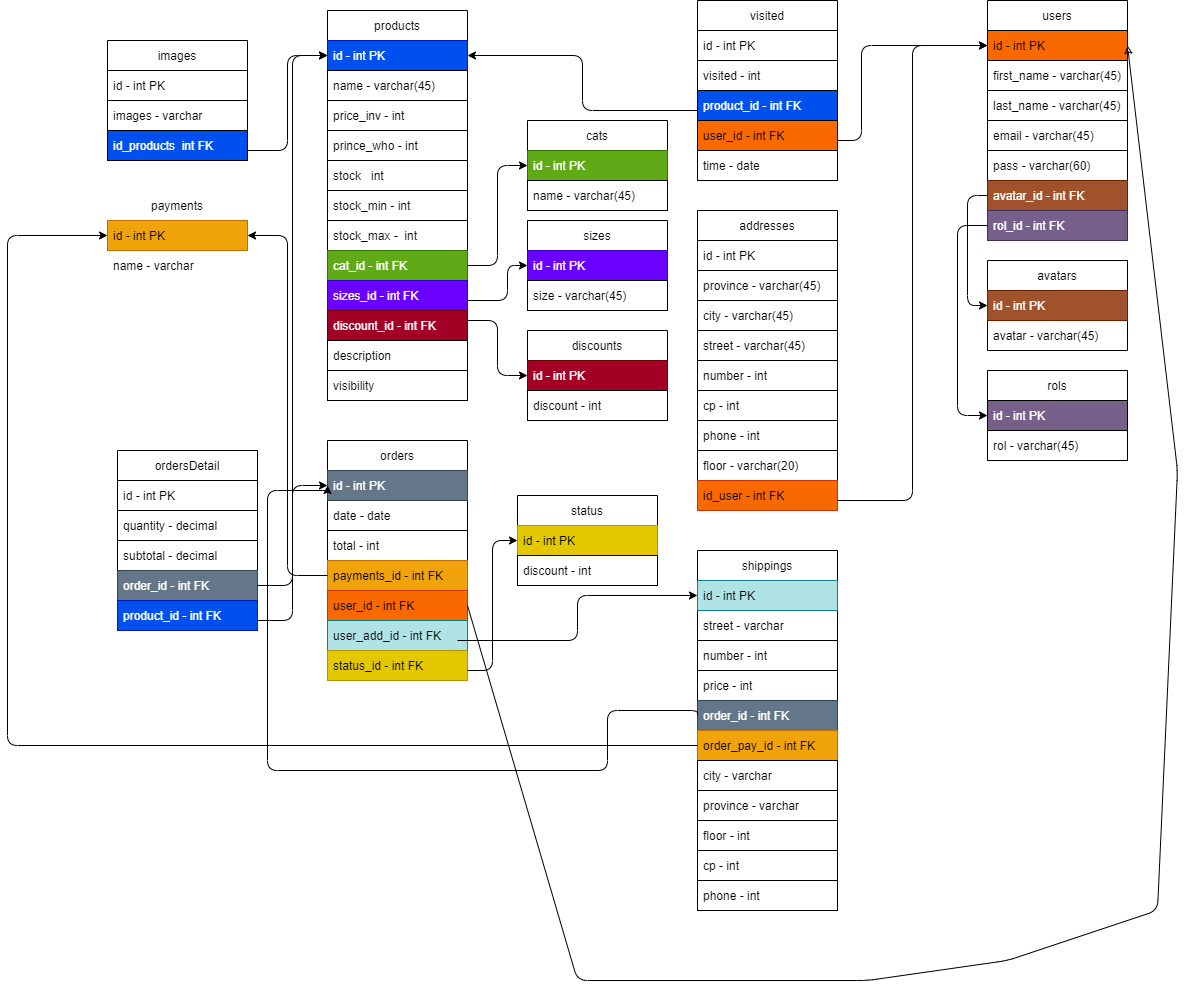
Before: entregables/db.drawio.png, a diagram exported from draw.io (eunice2001/Grupo6_Sprint6). Source tidied: cells renumbered, new cells last; positions are measured from the earlier drawing's top-left corner, leaving out a move shared by most shapes.
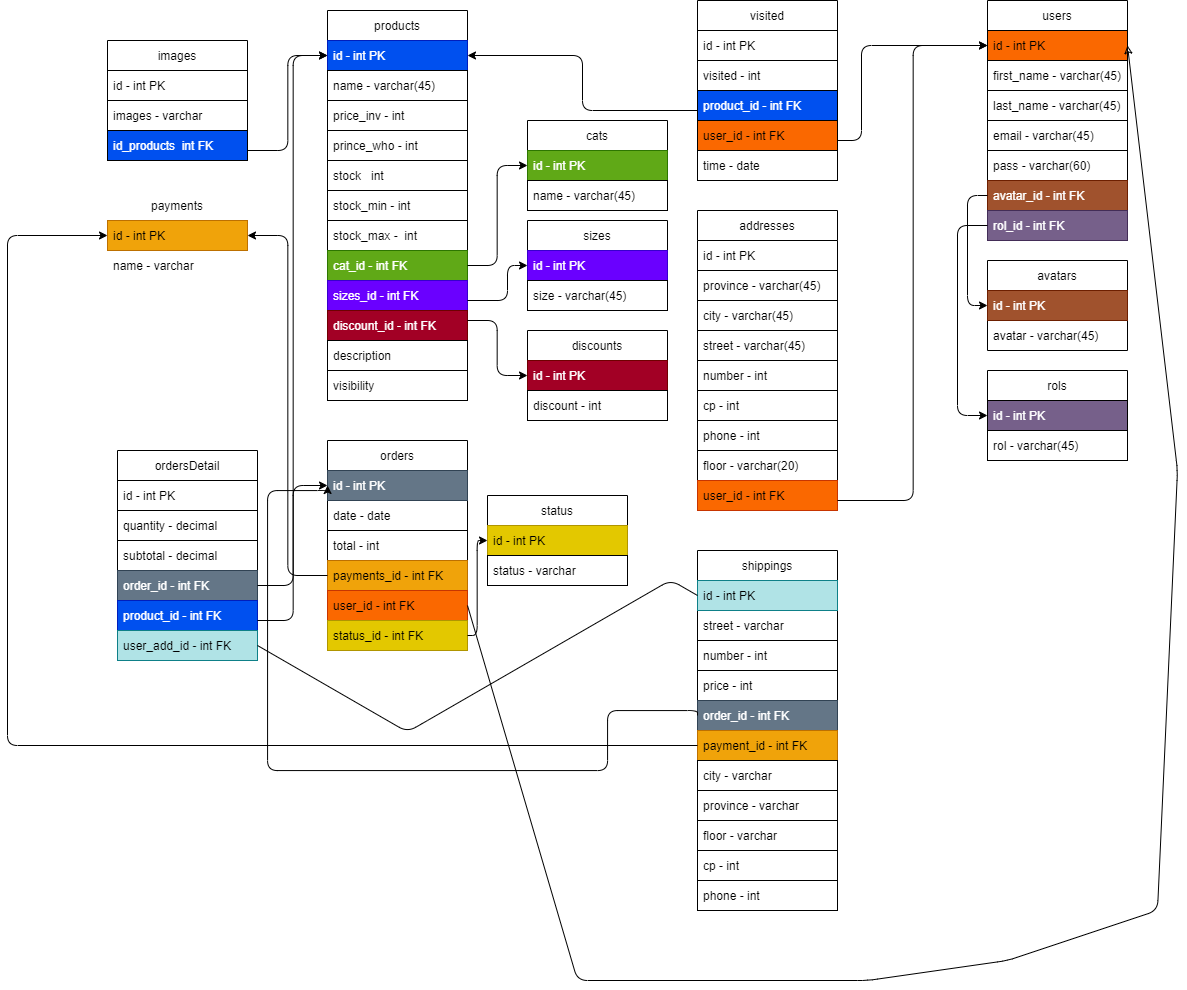
Above is the later version.

The edit, as a diff of the source:
```diff
@@ -183,7 +183,7 @@
     <mxCell id="56" value="floor - varchar(20)" style="text;strokeColor=none;fillColor=none;align=left;verticalAlign=middle;spacingLeft=4;spacingRight=4;overflow=hidden;" parent="48" vertex="1">
       <mxGeometry y="240" width="140" height="30" as="geometry" />
     </mxCell>
-    <mxCell id="57" value="id_user - int FK" style="text;strokeColor=#C73500;fillColor=#fa6800;align=left;verticalAlign=middle;spacingLeft=4;spacingRight=4;overflow=hidden;fontColor=#000000;" parent="48" vertex="1">
+    <mxCell id="57" value="user_id - int FK" style="text;strokeColor=#C73500;fillColor=#fa6800;align=left;verticalAlign=middle;spacingLeft=4;spacingRight=4;overflow=hidden;fontColor=#000000;" parent="48" vertex="1">
       <mxGeometry y="270" width="140" height="30" as="geometry" />
     </mxCell>
     <mxCell id="58" style="edgeStyle=elbowEdgeStyle;elbow=horizontal;endArrow=classic;html=1;" parent="1" edge="1" target="40">
@@ -224,7 +224,7 @@
       </mxGeometry>
     </mxCell>
     <mxCell id="67" value="orders" style="swimlane;fontStyle=0;horizontal=1;startSize=30;strokeColor=default;" parent="1" vertex="1">
-      <mxGeometry x="320" y="440" width="140" height="240" as="geometry" />
+      <mxGeometry x="320" y="440" width="140" height="210" as="geometry" />
     </mxCell>
     <mxCell id="68" value="id - int PK" style="text;strokeColor=#314354;fillColor=#647687;align=left;verticalAlign=middle;spacingLeft=4;spacingRight=4;overflow=hidden;points=[[0,0.5],[1,0.5]];portConstraint=eastwest;fontColor=#ffffff;" parent="67" vertex="1">
       <mxGeometry y="30" width="140" height="30" as="geometry" />
@@ -241,14 +241,11 @@
     <mxCell id="72" value="user_id - int FK" style="text;strokeColor=#C73500;fillColor=#fa6800;align=left;verticalAlign=middle;spacingLeft=4;spacingRight=4;overflow=hidden;points=[[0,0.5],[1,0.5]];portConstraint=eastwest;fontColor=#000000;" parent="67" vertex="1">
       <mxGeometry y="150" width="140" height="30" as="geometry" />
     </mxCell>
-    <mxCell id="73" value="user_add_id - int FK" style="text;strokeColor=#0e8088;fillColor=#b0e3e6;align=left;verticalAlign=middle;spacingLeft=4;spacingRight=4;overflow=hidden;points=[[0,0.5],[1,0.5]];portConstraint=eastwest;fontColor=#000000;" parent="67" vertex="1">
-      <mxGeometry y="180" width="140" height="30" as="geometry" />
-    </mxCell>
     <mxCell id="74" value="status_id - int FK" style="text;strokeColor=#B09500;fillColor=#e3c800;align=left;verticalAlign=middle;spacingLeft=4;spacingRight=4;overflow=hidden;points=[[0,0.5],[1,0.5]];portConstraint=eastwest;fontColor=#000000;" parent="67" vertex="1">
-      <mxGeometry y="210" width="140" height="30" as="geometry" />
+      <mxGeometry y="180" width="140" height="30" as="geometry" />
     </mxCell>
     <mxCell id="75" value="ordersDetail" style="swimlane;fontStyle=0;horizontal=1;startSize=30;strokeColor=default;" parent="1" vertex="1">
-      <mxGeometry x="110" y="450" width="140" height="180" as="geometry" />
+      <mxGeometry x="110" y="450" width="140" height="210" as="geometry" />
     </mxCell>
     <mxCell id="76" value="id - int PK" style="text;strokeColor=default;fillColor=none;align=left;verticalAlign=middle;spacingLeft=4;spacingRight=4;overflow=hidden;" parent="75" vertex="1">
       <mxGeometry y="30" width="140" height="30" as="geometry" />
@@ -265,6 +262,9 @@
     <mxCell id="80" value="product_id - int FK" style="text;strokeColor=#001DBC;fillColor=#0050ef;align=left;verticalAlign=middle;spacingLeft=4;spacingRight=4;overflow=hidden;fontColor=#ffffff;" parent="75" vertex="1">
       <mxGeometry y="150" width="140" height="30" as="geometry" />
     </mxCell>
+    <mxCell id="73" value="user_add_id - int FK" style="text;strokeColor=#0e8088;fillColor=#b0e3e6;align=left;verticalAlign=middle;spacingLeft=4;spacingRight=4;overflow=hidden;points=[[0,0.5],[1,0.5]];portConstraint=eastwest;fontColor=#000000;" parent="75" vertex="1">
+      <mxGeometry y="180" width="140" height="30" as="geometry" />
+    </mxCell>
     <mxCell id="81" style="edgeStyle=elbowEdgeStyle;elbow=horizontal;endArrow=classic;html=1;entryX=0;entryY=0.5;entryDx=0;entryDy=0;" parent="1" edge="1" target="68">
       <mxGeometry relative="1" as="geometry">
         <mxPoint x="250" y="585" as="sourcePoint" />
@@ -276,18 +276,16 @@
       </mxGeometry>
     </mxCell>
     <mxCell id="83" value="status" style="swimlane;fontStyle=0;horizontal=1;startSize=30;" parent="1" vertex="1">
-      <mxGeometry x="510" y="495" width="140" height="90" as="geometry" />
+      <mxGeometry x="480" y="495" width="140" height="90" as="geometry" />
     </mxCell>
     <mxCell id="84" value="id - int PK" style="text;strokeColor=#B09500;fillColor=#e3c800;align=left;verticalAlign=middle;spacingLeft=4;spacingRight=4;overflow=hidden;fontColor=#000000;" parent="83" vertex="1">
       <mxGeometry y="30" width="140" height="30" as="geometry" />
     </mxCell>
-    <mxCell id="85" value="discount - int" style="text;strokeColor=default;fillColor=none;align=left;verticalAlign=middle;spacingLeft=4;spacingRight=4;overflow=hidden;" parent="83" vertex="1">
+    <mxCell id="85" value="status - varchar" style="text;strokeColor=default;fillColor=none;align=left;verticalAlign=middle;spacingLeft=4;spacingRight=4;overflow=hidden;" parent="83" vertex="1">
       <mxGeometry y="60" width="140" height="30" as="geometry" />
     </mxCell>
-    <mxCell id="86" style="edgeStyle=elbowEdgeStyle;elbow=horizontal;endArrow=classic;html=1;entryX=0;entryY=0.5;entryDx=0;entryDy=0;" parent="1" edge="1" target="83">
-      <mxGeometry relative="1" as="geometry">
-        <mxPoint x="460" y="670" as="sourcePoint" />
-      </mxGeometry>
+    <mxCell id="86" style="edgeStyle=elbowEdgeStyle;elbow=horizontal;endArrow=classic;html=1;entryX=0;entryY=0.5;entryDx=0;entryDy=0;exitX=1;exitY=0.5;exitDx=0;exitDy=0;" parent="1" edge="1" source="74" target="83">
+      <mxGeometry relative="1" as="geometry" />
     </mxCell>
     <mxCell id="87" value="shippings" style="swimlane;fontStyle=0;horizontal=1;startSize=30;fillColor=none;" parent="1" vertex="1">
       <mxGeometry x="690" y="550" width="140" height="360" as="geometry" />
@@ -307,7 +305,7 @@
     <mxCell id="92" value="order_id - int FK" style="text;strokeColor=#314354;fillColor=#647687;align=left;verticalAlign=middle;spacingLeft=4;spacingRight=4;overflow=hidden;points=[[0,0.5],[1,0.5]];portConstraint=eastwest;fontColor=#ffffff;" parent="87" vertex="1">
       <mxGeometry y="150" width="140" height="30" as="geometry" />
     </mxCell>
-    <mxCell id="93" value="order_pay_id - int FK" style="text;strokeColor=#BD7000;fillColor=#f0a30a;align=left;verticalAlign=middle;spacingLeft=4;spacingRight=4;overflow=hidden;points=[[0,0.5],[1,0.5]];portConstraint=eastwest;fontColor=#000000;" parent="87" vertex="1">
+    <mxCell id="93" value="payment_id - int FK" style="text;strokeColor=#BD7000;fillColor=#f0a30a;align=left;verticalAlign=middle;spacingLeft=4;spacingRight=4;overflow=hidden;points=[[0,0.5],[1,0.5]];portConstraint=eastwest;fontColor=#000000;" parent="87" vertex="1">
       <mxGeometry y="180" width="140" height="30" as="geometry" />
     </mxCell>
     <mxCell id="94" value="city - varchar" style="text;fillColor=none;align=left;verticalAlign=middle;spacingLeft=4;spacingRight=4;overflow=hidden;strokeColor=default;" parent="87" vertex="1">
@@ -316,7 +314,7 @@
     <mxCell id="95" value="province - varchar" style="text;fillColor=none;align=left;verticalAlign=middle;spacingLeft=4;spacingRight=4;overflow=hidden;" parent="87" vertex="1">
       <mxGeometry y="240" width="140" height="30" as="geometry" />
     </mxCell>
-    <mxCell id="96" value="floor - int" style="text;fillColor=none;align=left;verticalAlign=middle;spacingLeft=4;spacingRight=4;overflow=hidden;strokeColor=default;" parent="87" vertex="1">
+    <mxCell id="96" value="floor - varchar" style="text;fillColor=none;align=left;verticalAlign=middle;spacingLeft=4;spacingRight=4;overflow=hidden;strokeColor=default;" parent="87" vertex="1">
       <mxGeometry y="270" width="140" height="30" as="geometry" />
     </mxCell>
     <mxCell id="97" value="cp - int" style="text;fillColor=none;align=left;verticalAlign=middle;spacingLeft=4;spacingRight=4;overflow=hidden;strokeColor=default;" parent="87" vertex="1">
@@ -368,10 +366,12 @@
         </Array>
       </mxGeometry>
     </mxCell>
-    <mxCell id="106" style="edgeStyle=elbowEdgeStyle;elbow=horizontal;endArrow=classic;html=1;fontColor=#000000;targetPerimeterSpacing=0;strokeWidth=1;entryX=0;entryY=0.5;entryDx=0;entryDy=0;" parent="1" edge="1" target="88">
-      <mxGeometry relative="1" as="geometry">
-        <mxPoint x="450" y="640" as="sourcePoint" />
-      </mxGeometry>
-    </mxCell>
+    <mxCell id="107" style="edgeStyle=isometricEdgeStyle;endArrow=none;html=1;elbow=vertical;fontColor=#000000;exitX=1;exitY=0.5;exitDx=0;exitDy=0;entryX=0;entryY=0.5;entryDx=0;entryDy=0;" parent="1" edge="1" source="73" target="88">
+      <mxGeometry relative="1" as="geometry">
+        <Array as="points">
+          <mxPoint x="420" y="720" />
+        </Array>
+      </mxGeometry>
+    </mxCell>
   </root>
 </mxGraphModel>
```
